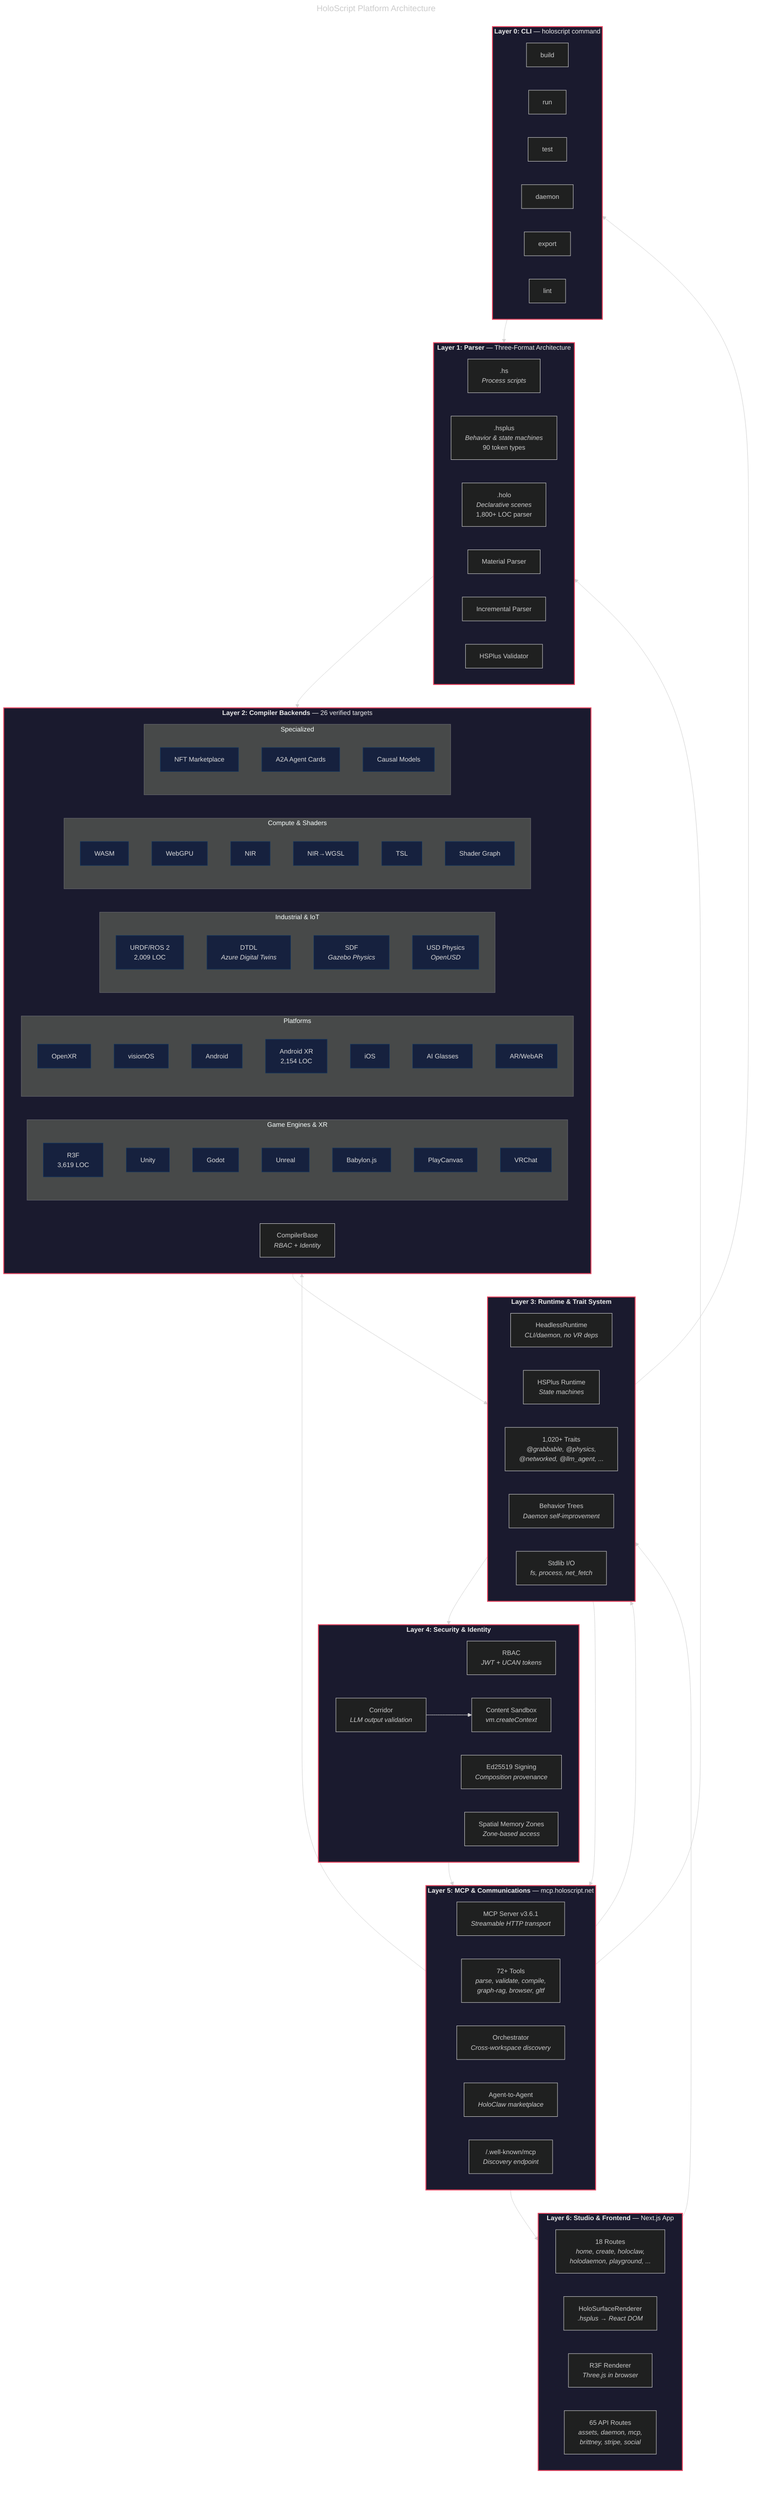
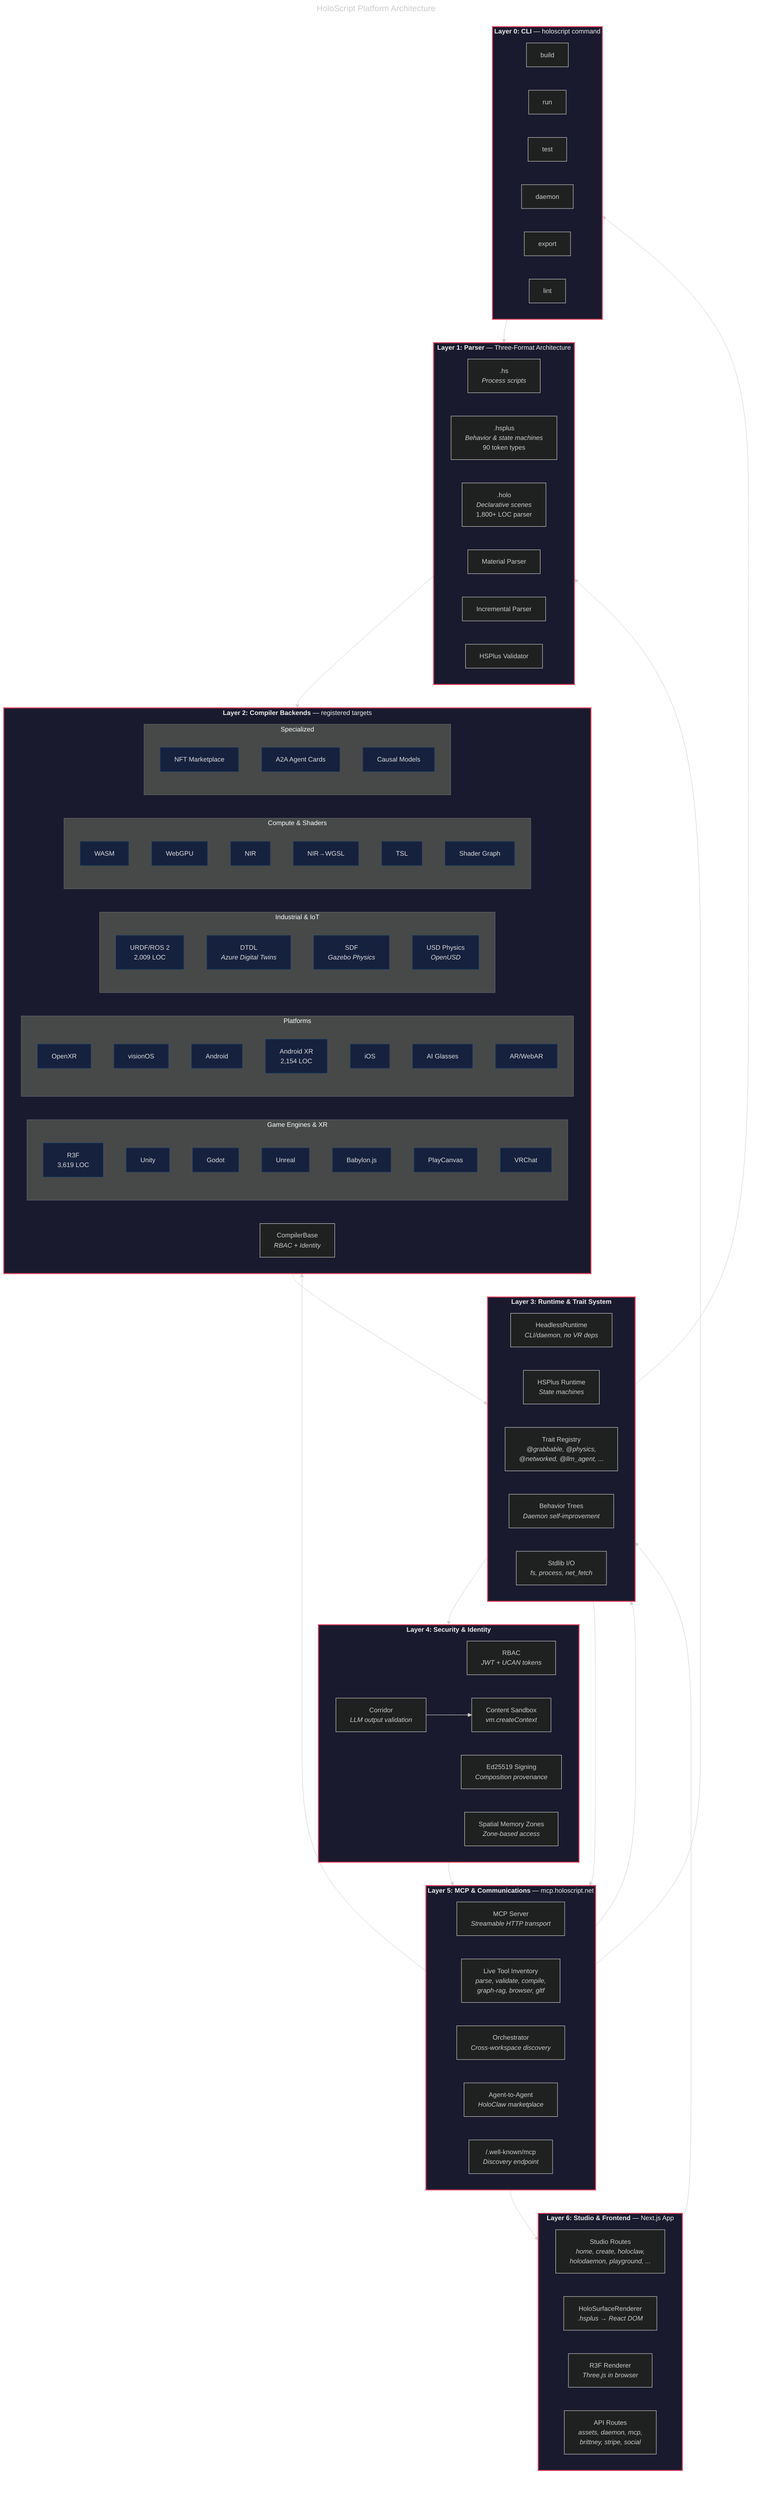
---
title: HoloScript Platform Architecture
---
%%{init: {'theme': 'dark', 'themeVariables': {'fontSize': '14px'}}}%%

graph TB
    subgraph STUDIO["<b>Layer 6: Studio & Frontend</b> — Next.js App"]
        direction LR
-         PAGES["18 Routes<br/><i>home, create, holoclaw,<br/>holodaemon, playground, ...</i>"]
+         PAGES["Studio Routes<br/><i>home, create, holoclaw,<br/>holodaemon, playground, ...</i>"]
        SURFACE["HoloSurfaceRenderer<br/><i>.hsplus → React DOM</i>"]
        R3F_RENDER["R3F Renderer<br/><i>Three.js in browser</i>"]
-         API["65 API Routes<br/><i>assets, daemon, mcp,<br/>brittney, stripe, social</i>"]
+         API["API Routes<br/><i>assets, daemon, mcp,<br/>brittney, stripe, social</i>"]
    end

    subgraph MCP["<b>Layer 5: MCP & Communications</b> — mcp.holoscript.net"]
        direction LR
-         MCP_SERVER["MCP Server v3.6.1<br/><i>Streamable HTTP transport</i>"]
-         TOOLS["72+ Tools<br/><i>parse, validate, compile,<br/>graph-rag, browser, gltf</i>"]
+         MCP_SERVER["MCP Server<br/><i>Streamable HTTP transport</i>"]
+         TOOLS["Live Tool Inventory<br/><i>parse, validate, compile,<br/>graph-rag, browser, gltf</i>"]
        ORCH["Orchestrator<br/><i>Cross-workspace discovery</i>"]
        A2A["Agent-to-Agent<br/><i>HoloClaw marketplace</i>"]
        WELLKNOWN["/.well-known/mcp<br/><i>Discovery endpoint</i>"]
    end

    subgraph SECURITY["<b>Layer 4: Security & Identity</b>"]
        direction LR
        RBAC["RBAC<br/><i>JWT + UCAN tokens</i>"]
        ED25519["Ed25519 Signing<br/><i>Composition provenance</i>"]
        SANDBOX["Content Sandbox<br/><i>vm.createContext</i>"]
        CORRIDOR["Corridor<br/><i>LLM output validation</i>"]
        ZONES["Spatial Memory Zones<br/><i>Zone-based access</i>"]
    end

    subgraph RUNTIME["<b>Layer 3: Runtime & Trait System</b>"]
        direction LR
        HEADLESS["HeadlessRuntime<br/><i>CLI/daemon, no VR deps</i>"]
        HSPLUS_RT["HSPlus Runtime<br/><i>State machines</i>"]
-         TRAITS["1,020+ Traits<br/><i>@grabbable, @physics,<br/>@networked, @llm_agent, ...</i>"]
+         TRAITS["Trait Registry<br/><i>@grabbable, @physics,<br/>@networked, @llm_agent, ...</i>"]
        BT["Behavior Trees<br/><i>Daemon self-improvement</i>"]
        STDLIB["Stdlib I/O<br/><i>fs, process, net_fetch</i>"]
    end

-     subgraph COMPILER["<b>Layer 2: Compiler Backends</b> — 26 verified targets"]
+     subgraph COMPILER["<b>Layer 2: Compiler Backends</b> — registered targets"]
        direction LR

        subgraph ENGINES["Game Engines & XR"]
            R3F_C["R3F<br/>3,619 LOC"]
            UNITY_C["Unity"]
            GODOT_C["Godot"]
            UNREAL_C["Unreal"]
            BABYLON_C["Babylon.js"]
            PLAYCANVAS_C["PlayCanvas"]
            VRCHAT_C["VRChat"]
        end

        subgraph PLATFORMS["Platforms"]
            OPENXR_C["OpenXR"]
            VISIONOS_C["visionOS"]
            ANDROID_C["Android"]
            ANDROIDXR_C["Android XR<br/>2,154 LOC"]
            IOS_C["iOS"]
            GLASSES_C["AI Glasses"]
            AR_C["AR/WebAR"]
        end

        subgraph INDUSTRIAL["Industrial & IoT"]
            URDF_C["URDF/ROS 2<br/>2,009 LOC"]
            DTDL_C["DTDL<br/><i>Azure Digital Twins</i>"]
            SDF_C["SDF<br/><i>Gazebo Physics</i>"]
            USD_C["USD Physics<br/><i>OpenUSD</i>"]
        end

        subgraph COMPUTE["Compute & Shaders"]
            WASM_C["WASM"]
            WEBGPU_C["WebGPU"]
            NIR_C["NIR"]
            WGSL_C["NIR→WGSL"]
            TSL_C["TSL"]
            SHADER_C["Shader Graph"]
        end

        subgraph SPECIALIZED["Specialized"]
            NFT_C["NFT Marketplace"]
            A2A_C["A2A Agent Cards"]
            SCM_C["Causal Models"]
        end

        BASE["CompilerBase<br/><i>RBAC + Identity</i>"]
    end

    subgraph PARSER["<b>Layer 1: Parser</b> — Three-Format Architecture"]
        direction LR
        HS[".hs<br/><i>Process scripts</i>"]
        HSPLUS[".hsplus<br/><i>Behavior & state machines</i><br/>90 token types"]
        HOLO[".holo<br/><i>Declarative scenes</i><br/>1,800+ LOC parser"]
        MATERIAL["Material Parser"]
        INCR["Incremental Parser"]
        VALIDATOR["HSPlus Validator"]
    end

    subgraph CLI["<b>Layer 0: CLI</b> — holoscript command"]
        direction LR
        BUILD["build"]
        RUN["run"]
        TEST["test"]
        DAEMON["daemon"]
        EXPORT["export"]
        LINT["lint"]
    end

    %% Data flow connections
    CLI --> PARSER
    PARSER --> COMPILER
    COMPILER --> RUNTIME
    RUNTIME --> SECURITY
    SECURITY --> MCP
    MCP --> STUDIO

    %% Cross-layer connections
    TOOLS --> COMPILER
    TOOLS --> PARSER
    BT --> MCP_SERVER
    HEADLESS --> CLI
    SURFACE --> HSPLUS_RT
    A2A --> TRAITS
    CORRIDOR --> SANDBOX

    %% Styling
    classDef layer fill:#1a1a2e,stroke:#e94560,stroke-width:2px,color:#eee
    classDef engine fill:#16213e,stroke:#0f3460,stroke-width:1px,color:#ddd
    classDef parser fill:#1a1a2e,stroke:#53d769,stroke-width:1px,color:#ddd
    classDef security fill:#2d1b4e,stroke:#9b59b6,stroke-width:1px,color:#ddd
    classDef mcp fill:#1b2838,stroke:#3498db,stroke-width:1px,color:#ddd

    class STUDIO,MCP,SECURITY,RUNTIME,COMPILER,PARSER,CLI layer
    class R3F_C,UNITY_C,GODOT_C,UNREAL_C,BABYLON_C,PLAYCANVAS_C,VRCHAT_C engine
    class OPENXR_C,VISIONOS_C,ANDROID_C,ANDROIDXR_C,IOS_C,GLASSES_C,AR_C engine
    class URDF_C,DTDL_C,SDF_C,USD_C engine
    class WASM_C,WEBGPU_C,NIR_C,WGSL_C,TSL_C,SHADER_C engine
    class NFT_C,A2A_C,SCM_C engine
